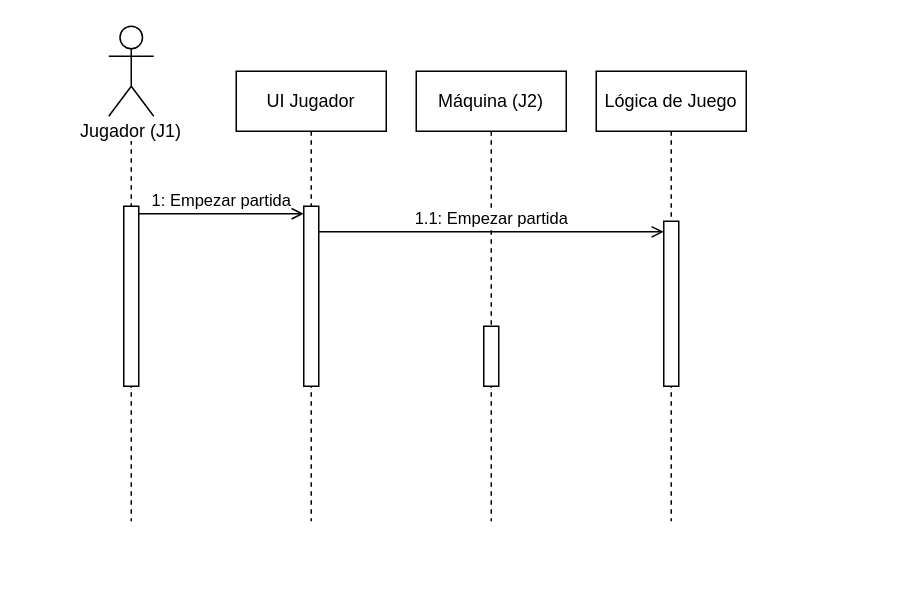
This is ENTORNOS_DE_DESARROLLO/DrawIO/DiagramaSecuencia3EnRaya.drawio from ThronReden/NCA-DESAFIO-EQUIPO-6, a draw.io file, before an edit. Source tidied: cells renumbered, new cells numbered last; positions are measured from the earlier drawing's top-left corner, leaving out a move shared by most shapes. Both pictures are drawn from the tidied source at 150%, with x=0, y=0 at pixel (56, 26).
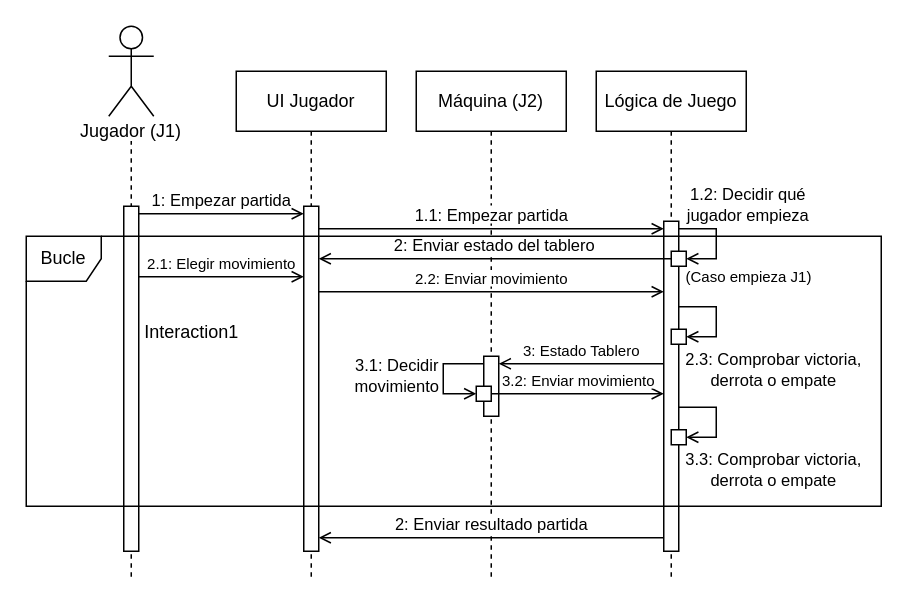
Above is the later version.

Commit message (it also covers changes not shown here):
update Diag Secuencia 3 en raya

The edit, as a diff of the source:
```diff
@@
     <mxCell id="2" value="UI Jugador" style="shape=umlLifeline;perimeter=lifelinePerimeter;whiteSpace=wrap;html=1;newEdgeStyle={&quot;edgeStyle&quot;:&quot;elbowEdgeStyle&quot;,&quot;elbow&quot;:&quot;vertical&quot;,&quot;curved&quot;:0,&quot;rounded&quot;:0};" parent="1" vertex="1">
-      <mxGeometry x="120" y="30" width="100" height="300" as="geometry" />
+      <mxGeometry x="120" y="30" width="100" height="340" as="geometry" />
     </mxCell>
     <mxCell id="3" style="html=1;points=[[0,0,0,0,5],[0,1,0,0,-5],[1,0,0,0,5],[1,1,0,0,-5]];perimeter=orthogonalPerimeter;outlineConnect=0;targetShapes=umlLifeline;portConstraint=eastwest;newEdgeStyle={&quot;curved&quot;:0,&quot;rounded&quot;:0};fillColor=default;" parent="2" vertex="1">
-      <mxGeometry x="45" y="90" width="10" height="120" as="geometry" />
+      <mxGeometry x="45" y="90" width="10" height="230" as="geometry" />
     </mxCell>
     <mxCell id="4" value="Máquina (J2)" style="shape=umlLifeline;perimeter=lifelinePerimeter;whiteSpace=wrap;html=1;newEdgeStyle={&quot;edgeStyle&quot;:&quot;elbowEdgeStyle&quot;,&quot;elbow&quot;:&quot;vertical&quot;,&quot;curved&quot;:0,&quot;rounded&quot;:0};" parent="1" vertex="1">
-      <mxGeometry x="240" y="30" width="100" height="300" as="geometry" />
+      <mxGeometry x="240" y="30" width="100" height="340" as="geometry" />
     </mxCell>
     <mxCell id="5" style="html=1;points=[[0,0,0,0,5],[0,1,0,0,-5],[1,0,0,0,5],[1,1,0,0,-5]];perimeter=orthogonalPerimeter;outlineConnect=0;targetShapes=umlLifeline;portConstraint=eastwest;newEdgeStyle={&quot;curved&quot;:0,&quot;rounded&quot;:0};" parent="4" vertex="1">
-      <mxGeometry x="45" y="170" width="10" height="40" as="geometry" />
+      <mxGeometry x="45" y="190" width="10" height="40" as="geometry" />
     </mxCell>
@@
     <mxCell id="7" value="&lt;span style=&quot;background-color: light-dark(#ffffff, var(--ge-dark-color, #121212));&quot;&gt;Jugador (J1)&lt;/span&gt;" style="shape=umlLifeline;perimeter=lifelinePerimeter;whiteSpace=wrap;html=1;newEdgeStyle={&quot;edgeStyle&quot;:&quot;elbowEdgeStyle&quot;,&quot;elbow&quot;:&quot;vertical&quot;,&quot;curved&quot;:0,&quot;rounded&quot;:0};size=0;" parent="1" vertex="1">
-      <mxGeometry y="70" width="100" height="260" as="geometry" />
+      <mxGeometry y="70" width="100" height="300" as="geometry" />
     </mxCell>
     <mxCell id="8" style="html=1;points=[[0,0,0,0,5],[0,1,0,0,-5],[1,0,0,0,5],[1,1,0,0,-5]];perimeter=orthogonalPerimeter;outlineConnect=0;targetShapes=umlLifeline;portConstraint=eastwest;newEdgeStyle={&quot;curved&quot;:0,&quot;rounded&quot;:0};" parent="7" vertex="1">
-      <mxGeometry x="45" y="50" width="10" height="120" as="geometry" />
+      <mxGeometry x="45" y="50" width="10" height="230" as="geometry" />
     </mxCell>
     <mxCell id="9" value="Lógica de Juego" style="shape=umlLifeline;perimeter=lifelinePerimeter;whiteSpace=wrap;html=1;newEdgeStyle={&quot;edgeStyle&quot;:&quot;elbowEdgeStyle&quot;,&quot;elbow&quot;:&quot;vertical&quot;,&quot;curved&quot;:0,&quot;rounded&quot;:0};" parent="1" vertex="1">
-      <mxGeometry x="360" y="30" width="100" height="300" as="geometry" />
+      <mxGeometry x="360" y="30" width="100" height="340" as="geometry" />
     </mxCell>
     <mxCell id="10" style="html=1;points=[[0,0,0,0,5],[0,1,0,0,-5],[1,0,0,0,5],[1,1,0,0,-5]];perimeter=orthogonalPerimeter;outlineConnect=0;targetShapes=umlLifeline;portConstraint=eastwest;newEdgeStyle={&quot;curved&quot;:0,&quot;rounded&quot;:0};" parent="9" vertex="1">
-      <mxGeometry x="45" y="100" width="10" height="110" as="geometry" />
+      <mxGeometry x="45" y="100" width="10" height="220" as="geometry" />
     </mxCell>
@@
-    <mxCell id="12" value="&lt;span style=&quot;background-color: light-dark(#ffffff, var(--ge-dark-color, #121212));&quot;&gt;1.1: Empezar partida&lt;/span&gt;" style="html=1;verticalAlign=bottom;labelBackgroundColor=none;endArrow=open;endFill=0;rounded=0;exitX=0.971;exitY=0.142;exitDx=0;exitDy=0;exitPerimeter=0;" parent="1" edge="1" source="3" target="10">
+    <mxCell id="12" value="&lt;span style=&quot;background-color: light-dark(#ffffff, var(--ge-dark-color, #121212));&quot;&gt;1.1: Empezar partida&lt;/span&gt;" style="html=1;verticalAlign=bottom;labelBackgroundColor=none;endArrow=open;endFill=0;rounded=0;entryX=0;entryY=0;entryDx=0;entryDy=5;entryPerimeter=0;" parent="1" edge="1" source="3" target="10">
       <mxGeometry relative="1" as="geometry" />
     </mxCell>
+    <mxCell id="13" style="html=1;rounded=0;absoluteArcSize=1;arcSize=10;whiteSpace=wrap;" parent="1" vertex="1">
+      <mxGeometry x="410" y="150" width="10" height="10" as="geometry" />
+    </mxCell>
+    <mxCell id="14" style="endArrow=open;html=1;rounded=0;align=center;verticalAlign=top;endFill=0;labelBackgroundColor=none;endSize=6;curved=0;entryX=1;entryY=0.5;entryDx=0;entryDy=0;" parent="1" edge="1" source="10" target="13">
+      <mxGeometry relative="1" as="geometry">
+        <Array as="points">
+          <mxPoint x="440" y="135" />
+          <mxPoint x="440" y="155" />
+        </Array>
+      </mxGeometry>
+    </mxCell>
+    <mxCell id="15" value="1.2: Decidir qué&lt;div&gt;jugador empieza&lt;/div&gt;" style="edgeLabel;html=1;align=center;verticalAlign=middle;" parent="14" vertex="1">
+      <mxGeometry x="-0.09" y="-1" relative="1" as="geometry">
+        <mxPoint x="21" y="-22" as="offset" />
+      </mxGeometry>
+    </mxCell>
+    <mxCell id="16" value="(Caso empieza J1)" style="text;html=1;whiteSpace=wrap;strokeColor=none;fillColor=none;align=center;verticalAlign=middle;rounded=0;fontSize=10;" parent="1" vertex="1">
+      <mxGeometry x="417" y="162" width="90" height="10" as="geometry" />
+    </mxCell>
+    <mxCell id="17" value="&lt;span style=&quot;background-color: light-dark(#ffffff, var(--ge-dark-color, #121212));&quot;&gt;2: Enviar estado del tablero&lt;/span&gt;" style="html=1;verticalAlign=bottom;labelBackgroundColor=none;endArrow=open;endFill=0;rounded=0;exitX=0;exitY=0.5;exitDx=0;exitDy=0;" parent="1" edge="1" source="13" target="3">
+      <mxGeometry relative="1" as="geometry" />
+    </mxCell>
+    <mxCell id="18" value="&lt;font style=&quot;font-size: 10px;&quot;&gt;2.1: Elegir movimiento&lt;/font&gt;" style="html=1;verticalAlign=bottom;labelBackgroundColor=none;endArrow=open;endFill=0;rounded=0;" parent="1" edge="1">
+      <mxGeometry relative="1" as="geometry">
+        <mxPoint x="55" y="167" as="sourcePoint" />
+        <mxPoint x="165" y="167" as="targetPoint" />
+      </mxGeometry>
+    </mxCell>
+    <mxCell id="19" value="&lt;font style=&quot;font-size: 10px; background-color: light-dark(#ffffff, var(--ge-dark-color, #121212));&quot;&gt;2.2: Enviar movimiento&lt;/font&gt;" style="html=1;verticalAlign=bottom;labelBackgroundColor=none;endArrow=open;endFill=0;rounded=0;" parent="1" edge="1" target="10">
+      <mxGeometry relative="1" as="geometry">
+        <mxPoint x="175" y="177" as="sourcePoint" />
+      </mxGeometry>
+    </mxCell>
+    <mxCell id="20" value="&lt;span style=&quot;background-color: light-dark(#ffffff, var(--ge-dark-color, #121212));&quot;&gt;&lt;font style=&quot;font-size: 10px;&quot;&gt;3: Estado Tablero&lt;/font&gt;&lt;/span&gt;" style="html=1;verticalAlign=bottom;labelBackgroundColor=none;endArrow=open;endFill=0;rounded=0;entryX=1;entryY=0;entryDx=0;entryDy=5;entryPerimeter=0;spacingTop=0;" parent="1" edge="1" target="5">
+      <mxGeometry relative="1" as="geometry">
+        <mxPoint x="405" y="225" as="sourcePoint" />
+      </mxGeometry>
+    </mxCell>
+    <mxCell id="21" value="&lt;font style=&quot;font-size: 10px; background-color: light-dark(#ffffff, var(--ge-dark-color, #121212));&quot;&gt;3.2: Enviar movimiento&lt;/font&gt;" style="html=1;verticalAlign=bottom;labelBackgroundColor=none;endArrow=open;endFill=0;rounded=0;exitX=1;exitY=0.5;exitDx=0;exitDy=0;" parent="1" edge="1" source="24">
+      <mxGeometry relative="1" as="geometry">
+        <mxPoint x="405" y="245" as="targetPoint" />
+      </mxGeometry>
+    </mxCell>
+    <mxCell id="22" style="endArrow=open;html=1;rounded=0;align=center;verticalAlign=top;endFill=0;labelBackgroundColor=none;endSize=6;curved=0;entryX=0;entryY=0.5;entryDx=0;entryDy=0;" parent="1" edge="1">
+      <mxGeometry relative="1" as="geometry">
+        <mxPoint x="285" y="225" as="sourcePoint" />
+        <mxPoint x="280" y="245" as="targetPoint" />
+        <Array as="points">
+          <mxPoint x="258" y="225" />
+          <mxPoint x="258" y="245" />
+        </Array>
+      </mxGeometry>
+    </mxCell>
+    <mxCell id="23" value="3.1: Decidir&lt;div&gt;movimiento&lt;/div&gt;" style="edgeLabel;html=1;align=center;verticalAlign=middle;" parent="22" vertex="1">
+      <mxGeometry x="-0.09" y="-1" relative="1" as="geometry">
+        <mxPoint x="-31" y="3" as="offset" />
+      </mxGeometry>
+    </mxCell>
+    <mxCell id="24" style="html=1;rounded=0;absoluteArcSize=1;arcSize=10;whiteSpace=wrap;" parent="1" vertex="1">
+      <mxGeometry x="280" y="240" width="10" height="10" as="geometry" />
+    </mxCell>
+    <mxCell id="25" style="html=1;rounded=0;absoluteArcSize=1;arcSize=10;whiteSpace=wrap;" parent="1" vertex="1">
+      <mxGeometry x="410" y="202" width="10" height="10" as="geometry" />
+    </mxCell>
+    <mxCell id="26" style="endArrow=open;html=1;rounded=0;align=center;verticalAlign=top;endFill=0;labelBackgroundColor=none;endSize=6;curved=0;entryX=1;entryY=0.5;entryDx=0;entryDy=0;" parent="1" edge="1" target="25">
+      <mxGeometry relative="1" as="geometry">
+        <mxPoint x="415" y="187" as="sourcePoint" />
+        <Array as="points">
+          <mxPoint x="440" y="187" />
+          <mxPoint x="440" y="207" />
+        </Array>
+      </mxGeometry>
+    </mxCell>
+    <mxCell id="27" value="2.3: Comprobar victoria,&lt;div&gt;derrota o empate&lt;/div&gt;" style="edgeLabel;html=1;align=center;verticalAlign=middle;" parent="26" vertex="1">
+      <mxGeometry x="-0.09" y="-1" relative="1" as="geometry">
+        <mxPoint x="38" y="36" as="offset" />
+      </mxGeometry>
+    </mxCell>
+    <mxCell id="28" style="html=1;rounded=0;absoluteArcSize=1;arcSize=10;whiteSpace=wrap;" parent="1" vertex="1">
+      <mxGeometry x="410" y="269" width="10" height="10" as="geometry" />
+    </mxCell>
+    <mxCell id="29" style="endArrow=open;html=1;rounded=0;align=center;verticalAlign=top;endFill=0;labelBackgroundColor=none;endSize=6;curved=0;entryX=1;entryY=0.5;entryDx=0;entryDy=0;" parent="1" edge="1" target="28">
+      <mxGeometry relative="1" as="geometry">
+        <mxPoint x="415" y="254" as="sourcePoint" />
+        <Array as="points">
+          <mxPoint x="440" y="254" />
+          <mxPoint x="440" y="274" />
+        </Array>
+      </mxGeometry>
+    </mxCell>
+    <mxCell id="30" value="3.3: Comprobar victoria,&lt;div&gt;derrota o empate&lt;/div&gt;" style="edgeLabel;html=1;align=center;verticalAlign=middle;" parent="29" vertex="1">
+      <mxGeometry x="-0.09" y="-1" relative="1" as="geometry">
+        <mxPoint x="38" y="36" as="offset" />
+      </mxGeometry>
+    </mxCell>
+    <mxCell id="31" value="Bucle" style="shape=umlFrame;whiteSpace=wrap;html=1;width=50;" parent="1" vertex="1">
+      <mxGeometry x="-20" y="140" width="570" height="180" as="geometry" />
+    </mxCell>
+    <mxCell id="32" value="Interaction1" style="text;align=center;html=1;" parent="31" vertex="1">
+      <mxGeometry width="100" height="20" relative="1" as="geometry">
+        <mxPoint x="60" y="50" as="offset" />
+      </mxGeometry>
+    </mxCell>
+    <mxCell id="33" value="&lt;span style=&quot;background-color: light-dark(#ffffff, var(--ge-dark-color, #121212));&quot;&gt;2: Enviar resultado partida&lt;/span&gt;" style="html=1;verticalAlign=bottom;labelBackgroundColor=none;endArrow=open;endFill=0;rounded=0;" parent="1" edge="1">
+      <mxGeometry relative="1" as="geometry">
+        <mxPoint x="405" y="341" as="sourcePoint" />
+        <mxPoint x="175" y="341" as="targetPoint" />
+      </mxGeometry>
+    </mxCell>
```
